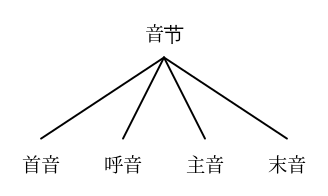
Earlier version of the Mermaid export YIME_Theory/flowchart/直接音元分析.png (tsaanghwang/Yime-prototype). Its source is kept beside it as YIME_Theory/flowchart/直接音元分析.mmd. Source of this version:
```mermaid
graph TB
    A[音节] -->|切分|B[首音]
    A -->|切分|C[呼音]
    A -->|切分|D[主音]
    A -->|切分|E[末音]
subgraph " "
    B
    C
    D
    E
end
```
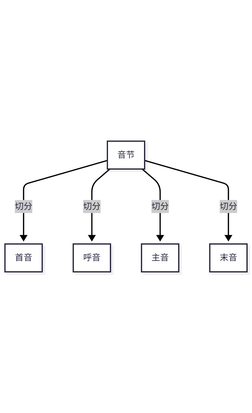
After the commit.

Diff of the diagram source:
```diff
@@ -1,11 +1,5 @@
 graph TB
-    A[音节] -->|切分|B[首音]
-    A -->|切分|C[呼音]
-    A -->|切分|D[主音]
-    A -->|切分|E[末音]
-subgraph " "
-    B
-    C
-    D
-    E
-end
+    A[音节] --->|切分|B[首音]
+    A --->|切分|C[呼音]
+    A --->|切分|D[主音]
+    A --->|切分|E[末音]
```
